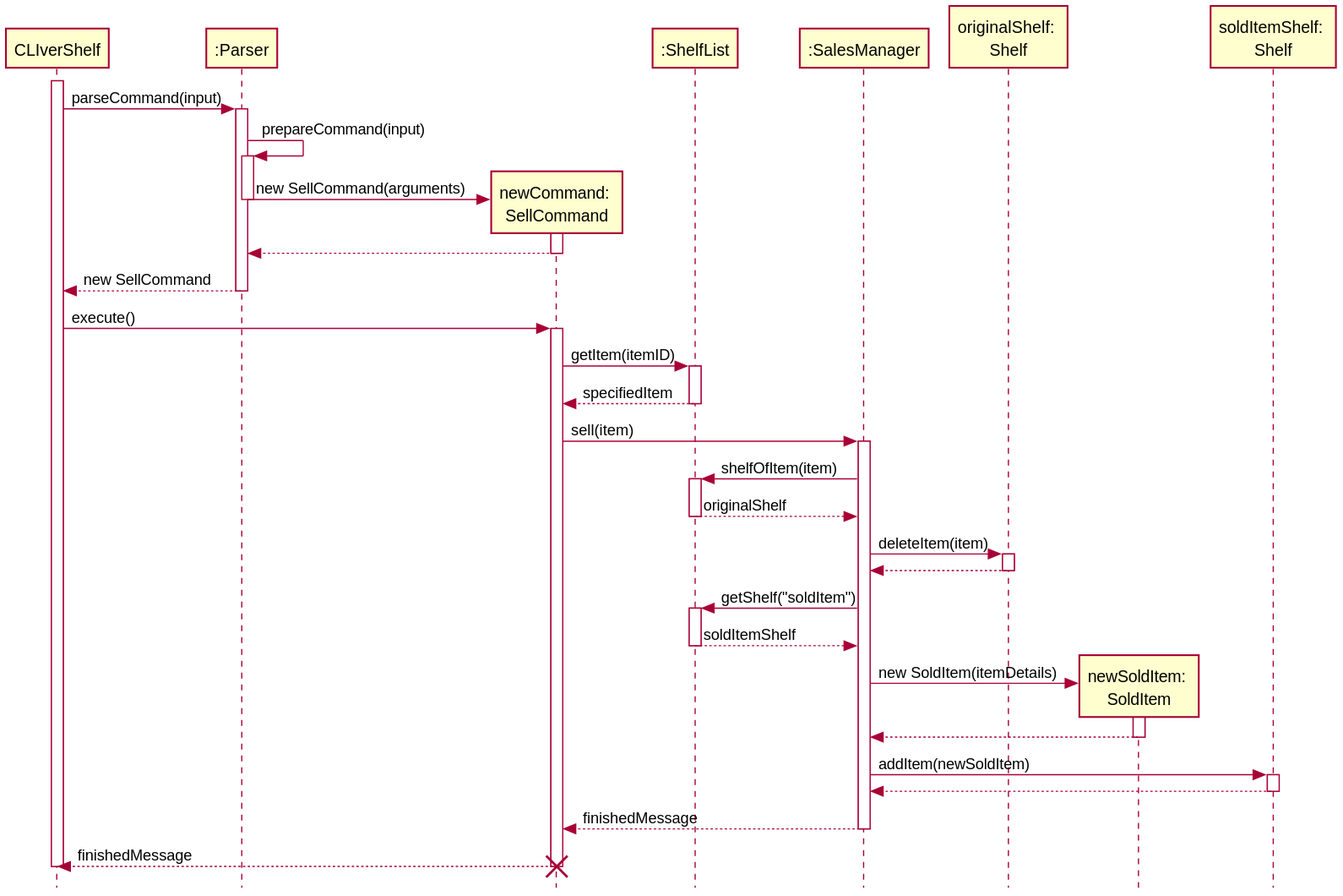
Above: docs/diagrams/Implementation_SellItems.svg in zh1huang/tp (PlantUML), before the change. Its diagram source:
```plantuml
@startuml
!include Style.puml

participant "CLIverShelf" as Main
participant ":Parser" as Parser
participant "newCommand: \nSellCommand" as Command
participant ":ShelfList" as ShelfList
participant ":SalesManager" as SalesManager
participant "originalShelf: \nShelf" as OriginalShelf
participant "newSoldItem: \nSoldItem" as SoldItem
participant "soldItemShelf: \nShelf" as SoldItemShelf


activate Main
Main -> Parser: parseCommand(input)
activate Parser
Parser -> Parser: prepareCommand(input)
activate Parser
Parser -> Command **: new SellCommand(arguments)
deactivate Parser
activate Command
Command --> Parser
deactivate Command
Parser --> Main: new SellCommand
deactivate Parser

Main -> Command: execute()
activate Command
Command -> ShelfList: getItem(itemID)
activate ShelfList
ShelfList --> Command: specifiedItem
deactivate ShelfList
Command -> SalesManager: sell(item)
activate SalesManager
SalesManager -> ShelfList: shelfOfItem(item)
activate ShelfList
ShelfList --> SalesManager: originalShelf
deactivate ShelfList
SalesManager -> OriginalShelf: deleteItem(item)
activate OriginalShelf
OriginalShelf --> SalesManager
deactivate OriginalShelf
SalesManager -> ShelfList: getShelf("soldItem")
activate ShelfList
ShelfList --> SalesManager: soldItemShelf
deactivate ShelfList
SalesManager -> SoldItem **: new SoldItem(itemDetails)
activate SoldItem
SoldItem --> SalesManager
deactivate SoldItem
SalesManager -> SoldItemShelf: addItem(newSoldItem)
activate SoldItemShelf
SoldItemShelf --> SalesManager
deactivate SoldItemShelf
SalesManager --> Command: finishedMessage
deactivate SalesManager

Command --> Main: finishedMessage
deactivate Command
deactivate Main
destroy Command


@enduml
```
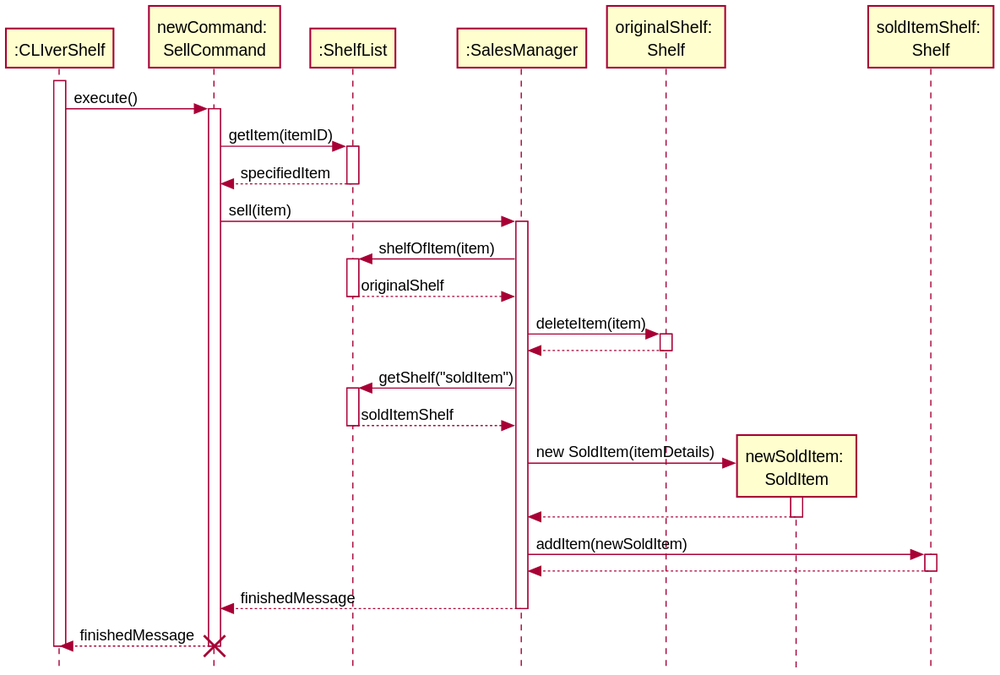
Above is the later version.

What changed in the source:
```diff
@@ -1,8 +1,8 @@
 @startuml
 !include Style.puml
 
-participant "CLIverShelf" as Main
-participant ":Parser" as Parser
+participant ":CLIverShelf" as Main
+
 participant "newCommand: \nSellCommand" as Command
 participant ":ShelfList" as ShelfList
 participant ":SalesManager" as SalesManager
@@ -12,17 +12,6 @@
 
 
 activate Main
-Main -> Parser: parseCommand(input)
-activate Parser
-Parser -> Parser: prepareCommand(input)
-activate Parser
-Parser -> Command **: new SellCommand(arguments)
-deactivate Parser
-activate Command
-Command --> Parser
-deactivate Command
-Parser --> Main: new SellCommand
-deactivate Parser
 
 Main -> Command: execute()
 activate Command
```
